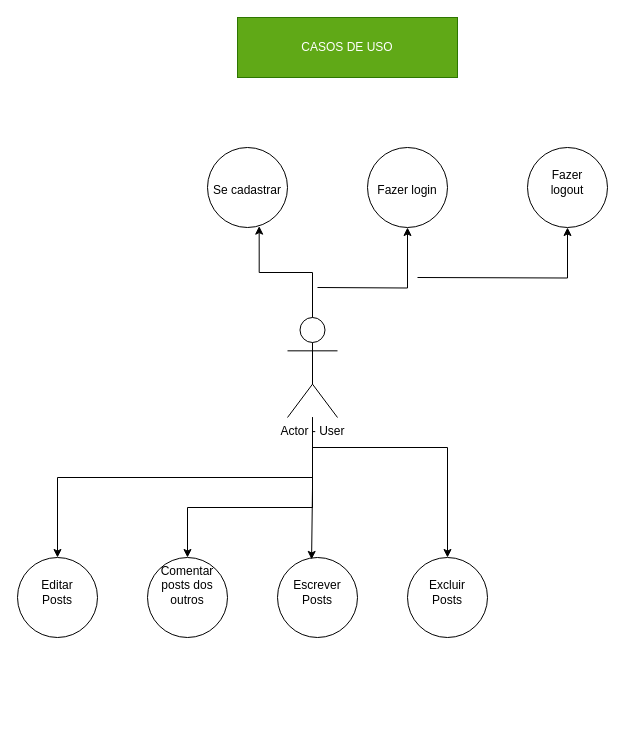
The draw.io diagram DIAGRAMAS/casosDeUso/casosDeUso.drawio in Gilberto1397/sistemaDeBlog, before the edit. Source tidied: cells renumbered, new cells numbered last; positions are measured from the earlier drawing's top-left corner, leaving out a move shared by most shapes. Both pictures are drawn from the tidied source at 100%, with x=0, y=0 at pixel (17, 17).
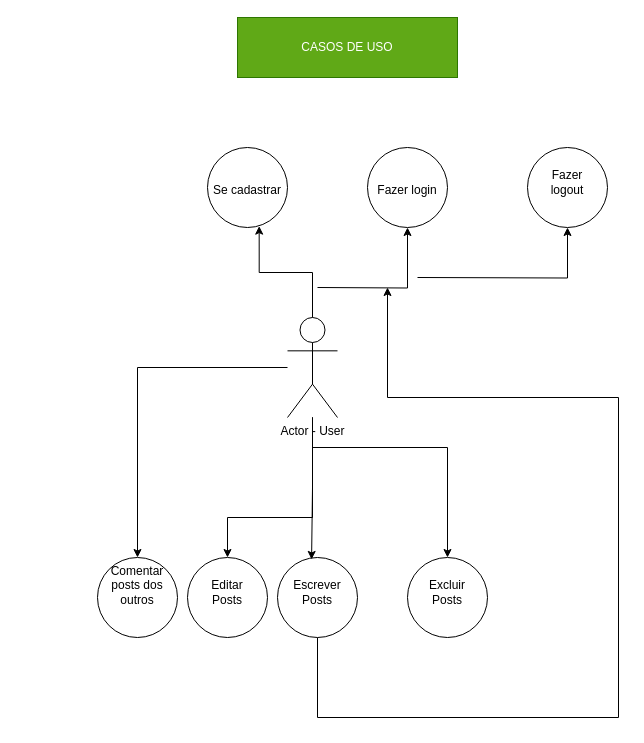
After the change.

The change refers to these unchanged cells:
```xml
<mxCell id="8" value="Actor - User" style="shape=umlActor;verticalLabelPosition=bottom;verticalAlign=top;html=1;outlineConnect=0;" parent="1" vertex="1">
  <mxGeometry x="270" y="300" width="50" height="100" as="geometry" />
</mxCell>
<mxCell id="11" value="&lt;br&gt;Escrever Posts" style="ellipse;whiteSpace=wrap;html=1;verticalAlign=top;" parent="1" vertex="1">
  <mxGeometry x="260" y="540" width="80" height="80" as="geometry" />
</mxCell>
```

The edit, as a diff of the source:
```diff
@@
-    <mxCell id="4" style="edgeStyle=orthogonalEdgeStyle;rounded=0;jettySize=auto;html=1;entryX=0.5;entryY=0;entryDx=0;entryDy=0;" parent="1" edge="1" source="8" target="12">
-      <mxGeometry relative="1" as="geometry">
-        <Array as="points">
-          <mxPoint x="295" y="490" />
-          <mxPoint x="170" y="490" />
-        </Array>
-      </mxGeometry>
-    </mxCell>
-    <mxCell id="5" style="edgeStyle=orthogonalEdgeStyle;rounded=0;jettySize=auto;html=1;" parent="1" edge="1" source="8" target="14">
-      <mxGeometry relative="1" as="geometry">
-        <Array as="points">
-          <mxPoint x="295" y="460" />
-          <mxPoint x="40" y="460" />
-        </Array>
-      </mxGeometry>
-    </mxCell>
@@
+    <mxCell id="5" style="edgeStyle=orthogonalEdgeStyle;rounded=0;jettySize=auto;html=1;" parent="1" edge="1" source="8" target="14">
+      <mxGeometry relative="1" as="geometry">
+        <Array as="points">
+          <mxPoint x="295" y="500" />
+          <mxPoint x="210" y="500" />
+        </Array>
+      </mxGeometry>
+    </mxCell>
+    <mxCell id="4" style="edgeStyle=orthogonalEdgeStyle;rounded=0;jettySize=auto;html=1;" parent="1" edge="1" source="8" target="12">
+      <mxGeometry relative="1" as="geometry" />
+    </mxCell>
@@
+    <mxCell id="18" style="edgeStyle=orthogonalEdgeStyle;rounded=0;jettySize=auto;html=1;" parent="1" edge="1" source="11">
+      <mxGeometry relative="1" as="geometry">
+        <mxPoint x="370" y="270" as="targetPoint" />
+        <Array as="points">
+          <mxPoint x="300" y="700" />
+          <mxPoint x="601" y="700" />
+          <mxPoint x="601" y="380" />
+          <mxPoint x="370" y="380" />
+        </Array>
+      </mxGeometry>
+    </mxCell>
@@
     <mxCell id="12" value="Comentar posts dos outros" style="ellipse;whiteSpace=wrap;html=1;verticalAlign=top;" parent="1" vertex="1">
-      <mxGeometry x="130" y="540" width="80" height="80" as="geometry" />
+      <mxGeometry x="80" y="540" width="80" height="80" as="geometry" />
     </mxCell>
@@
     <mxCell id="14" value="&lt;br&gt;Editar&lt;br&gt;Posts" style="ellipse;whiteSpace=wrap;html=1;verticalAlign=top;" parent="1" vertex="1">
-      <mxGeometry y="540" width="80" height="80" as="geometry" />
+      <mxGeometry x="170" y="540" width="80" height="80" as="geometry" />
     </mxCell>
```
